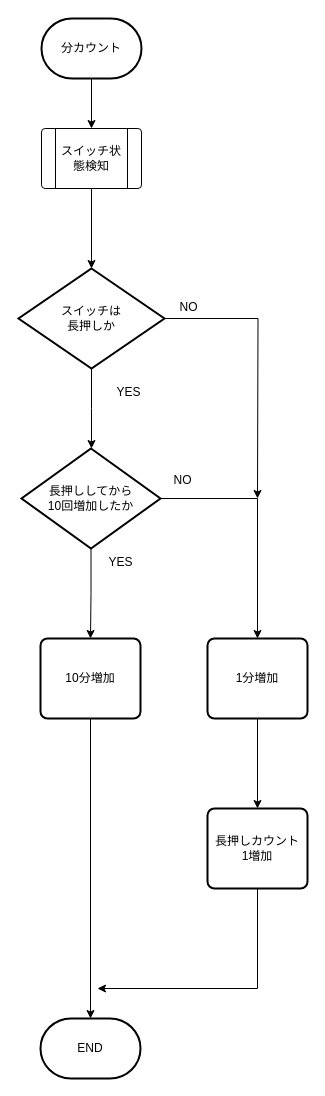
Above: page "分カウント" (7 of 9) of 資料/設計/フローチャート/InputClass/flowchart_InputClassv0.3.drawio in hakohumi/comp.Kitchen_Timer (draw.io), before the change. Source tidied: cells renumbered, new cells numbered last; positions are measured from the earlier drawing's top-left corner, leaving out a move shared by most shapes. Both pictures are drawn from the tidied source at 100%, with x=0, y=0 at pixel (18, 18).
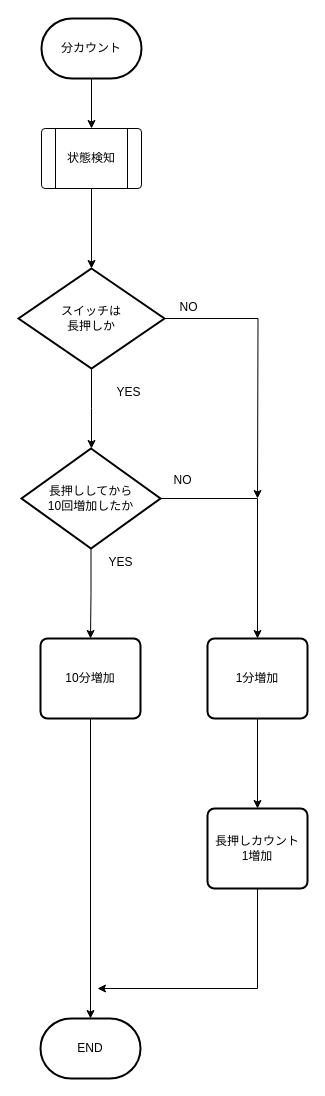
After the change.

What changed in the source:
```diff
@@
-    <mxCell id="8" value="スイッチ状態検知" style="verticalLabelPosition=middle;verticalAlign=middle;html=1;shape=process;whiteSpace=wrap;rounded=1;size=0.14;arcSize=6;labelPosition=center;align=center;" parent="1" vertex="1">
+    <mxCell id="8" value="状態検知" style="verticalLabelPosition=middle;verticalAlign=middle;html=1;shape=process;whiteSpace=wrap;rounded=1;size=0.14;arcSize=6;labelPosition=center;align=center;" parent="1" vertex="1">
       <mxGeometry x="23" y="110" width="100" height="60" as="geometry" />
     </mxCell>
```
